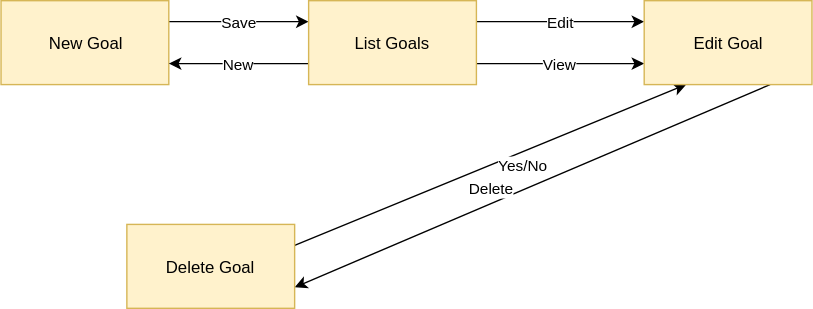
Earlier version of the draw.io export documentation/UCs/CRUD Goal/AD_CRUD_Goal.svg (Toaster996/softwareengineering). Source tidied: cells renumbered, new cells last; positions are measured from the earlier drawing's top-left corner, leaving out a move shared by most shapes. Its diagram source:
```xml
<mxGraphModel background="#ffffff">
  <root>
    <mxCell id="0" />
    <mxCell id="1" parent="0" />
    <mxCell id="2" value="Delete" style="rounded=0;html=1;exitX=0.75;exitY=1;entryX=1;entryY=0.75;jettySize=auto;" parent="1" edge="1" source="11" target="10">
      <mxGeometry x="0.14" y="-9" relative="1" as="geometry" />
    </mxCell>
    <mxCell id="3" value="Save" style="edgeStyle=none;rounded=0;html=1;exitX=1;exitY=0.25;entryX=0;entryY=0.25;jettySize=auto;" parent="1" edge="1" source="4" target="8">
      <mxGeometry relative="1" as="geometry" />
    </mxCell>
    <mxCell id="4" value="New Goal" style="rounded=0;whiteSpace=wrap;html=1;fillColor=#fff2cc;strokeColor=#d6b656;" parent="1" vertex="1">
      <mxGeometry width="120" height="60" as="geometry" />
    </mxCell>
    <mxCell id="5" value="View" style="edgeStyle=none;rounded=0;html=1;exitX=1;exitY=0.75;entryX=0;entryY=0.75;jettySize=auto;" parent="1" edge="1" source="8" target="11">
      <mxGeometry relative="1" as="geometry" />
    </mxCell>
    <mxCell id="6" value="Edit" style="edgeStyle=none;rounded=0;html=1;exitX=1;exitY=0.25;entryX=0;entryY=0.25;jettySize=auto;" parent="1" edge="1" source="8" target="11">
      <mxGeometry relative="1" as="geometry" />
    </mxCell>
    <mxCell id="7" value="New" style="edgeStyle=none;rounded=0;html=1;exitX=0;exitY=0.75;entryX=1;entryY=0.75;jettySize=auto;" parent="1" edge="1" source="8" target="4">
      <mxGeometry relative="1" as="geometry" />
    </mxCell>
    <mxCell id="8" value="List Goals&lt;br&gt;" style="rounded=0;whiteSpace=wrap;html=1;fillColor=#fff2cc;strokeColor=#d6b656;" parent="1" vertex="1">
      <mxGeometry x="220" width="120" height="60" as="geometry" />
    </mxCell>
    <mxCell id="9" value="Yes/No" style="edgeStyle=none;rounded=0;html=1;exitX=1;exitY=0.25;entryX=0.25;entryY=1;jettySize=auto;" parent="1" edge="1" source="10" target="11">
      <mxGeometry x="0.14" y="-9" relative="1" as="geometry" />
    </mxCell>
    <mxCell id="10" value="Delete Goal" style="rounded=0;whiteSpace=wrap;html=1;fillColor=#fff2cc;strokeColor=#d6b656;" parent="1" vertex="1">
      <mxGeometry x="90" y="160" width="120" height="60" as="geometry" />
    </mxCell>
    <mxCell id="11" value="Edit Goal&lt;br&gt;" style="rounded=0;whiteSpace=wrap;html=1;fillColor=#fff2cc;strokeColor=#d6b656;" parent="1" vertex="1">
      <mxGeometry x="460" width="120" height="60" as="geometry" />
    </mxCell>
  </root>
</mxGraphModel>
```
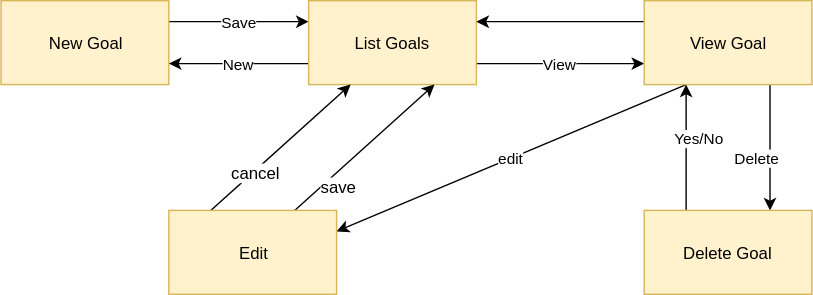
Above is the later version.

What changed in the source:
```diff
@@ -2,7 +2,7 @@
   <root>
     <mxCell id="0" />
     <mxCell id="1" parent="0" />
-    <mxCell id="2" value="Delete" style="rounded=0;html=1;exitX=0.75;exitY=1;entryX=1;entryY=0.75;jettySize=auto;" parent="1" edge="1" source="11" target="10">
+    <mxCell id="2" value="Delete" style="rounded=0;html=1;exitX=0.75;exitY=1;entryX=0.75;entryY=0;jettySize=auto;" parent="1" edge="1" source="11" target="10">
       <mxGeometry x="0.14" y="-9" relative="1" as="geometry" />
     </mxCell>
     <mxCell id="3" value="Save" style="edgeStyle=none;rounded=0;html=1;exitX=1;exitY=0.25;entryX=0;entryY=0.25;jettySize=auto;" parent="1" edge="1" source="4" target="8">
@@ -14,23 +14,41 @@
     <mxCell id="5" value="View" style="edgeStyle=none;rounded=0;html=1;exitX=1;exitY=0.75;entryX=0;entryY=0.75;jettySize=auto;" parent="1" edge="1" source="8" target="11">
       <mxGeometry relative="1" as="geometry" />
     </mxCell>
-    <mxCell id="6" value="Edit" style="edgeStyle=none;rounded=0;html=1;exitX=1;exitY=0.25;entryX=0;entryY=0.25;jettySize=auto;" parent="1" edge="1" source="8" target="11">
-      <mxGeometry relative="1" as="geometry" />
-    </mxCell>
     <mxCell id="7" value="New" style="edgeStyle=none;rounded=0;html=1;exitX=0;exitY=0.75;entryX=1;entryY=0.75;jettySize=auto;" parent="1" edge="1" source="8" target="4">
       <mxGeometry relative="1" as="geometry" />
     </mxCell>
     <mxCell id="8" value="List Goals&lt;br&gt;" style="rounded=0;whiteSpace=wrap;html=1;fillColor=#fff2cc;strokeColor=#d6b656;" parent="1" vertex="1">
       <mxGeometry x="220" width="120" height="60" as="geometry" />
     </mxCell>
-    <mxCell id="9" value="Yes/No" style="edgeStyle=none;rounded=0;html=1;exitX=1;exitY=0.25;entryX=0.25;entryY=1;jettySize=auto;" parent="1" edge="1" source="10" target="11">
+    <mxCell id="9" value="Yes/No" style="edgeStyle=none;rounded=0;html=1;exitX=0.25;exitY=0;entryX=0.25;entryY=1;jettySize=auto;" parent="1" edge="1" source="10" target="11">
       <mxGeometry x="0.14" y="-9" relative="1" as="geometry" />
     </mxCell>
     <mxCell id="10" value="Delete Goal" style="rounded=0;whiteSpace=wrap;html=1;fillColor=#fff2cc;strokeColor=#d6b656;" parent="1" vertex="1">
-      <mxGeometry x="90" y="160" width="120" height="60" as="geometry" />
+      <mxGeometry x="460" y="150" width="120" height="60" as="geometry" />
     </mxCell>
+    <mxCell id="12" style="edgeStyle=orthogonalEdgeStyle;rounded=0;html=1;exitX=0;exitY=0.25;entryX=1;entryY=0.25;jettySize=auto;" parent="1" edge="1" source="11" target="8">
+      <mxGeometry relative="1" as="geometry" />
+    </mxCell>
+    <mxCell id="13" value="edit&lt;br&gt;" style="rounded=0;html=1;exitX=0.25;exitY=1;entryX=1;entryY=0.25;jettySize=auto;" parent="1" edge="1" source="11" target="6">
+      <mxGeometry relative="1" as="geometry" />
+    </mxCell>
-    <mxCell id="11" value="Edit Goal&lt;br&gt;" style="rounded=0;whiteSpace=wrap;html=1;fillColor=#fff2cc;strokeColor=#d6b656;" parent="1" vertex="1">
+    <mxCell id="11" value="View Goal&lt;br&gt;" style="rounded=0;whiteSpace=wrap;html=1;fillColor=#fff2cc;strokeColor=#d6b656;" parent="1" vertex="1">
       <mxGeometry x="460" width="120" height="60" as="geometry" />
     </mxCell>
+    <mxCell id="14" style="edgeStyle=none;rounded=0;html=1;exitX=0.25;exitY=0;entryX=0.25;entryY=1;jettySize=auto;" parent="1" edge="1" source="6" target="8">
+      <mxGeometry relative="1" as="geometry" />
+    </mxCell>
+    <mxCell id="15" value="cancel&lt;br&gt;" style="text;html=1;align=center;verticalAlign=middle;labelBackgroundColor=#ffffff;" parent="14" vertex="1">
+      <mxGeometry x="-0.38" y="-1" relative="1" as="geometry" />
+    </mxCell>
+    <mxCell id="16" style="edgeStyle=none;rounded=0;html=1;exitX=0.75;exitY=0;entryX=0.75;entryY=1;jettySize=auto;" parent="1" edge="1" source="6" target="8">
+      <mxGeometry relative="1" as="geometry" />
+    </mxCell>
+    <mxCell id="17" value="save" style="text;html=1;align=center;verticalAlign=middle;labelBackgroundColor=#ffffff;" parent="16" vertex="1">
+      <mxGeometry x="-0.48" y="-8" relative="1" as="geometry" />
+    </mxCell>
+    <mxCell id="6" value="Edit" style="rounded=0;whiteSpace=wrap;html=1;fillColor=#fff2cc;strokeColor=#d6b656;" parent="1" vertex="1">
+      <mxGeometry x="120" y="150" width="120" height="60" as="geometry" />
+    </mxCell>
   </root>
 </mxGraphModel>
```
